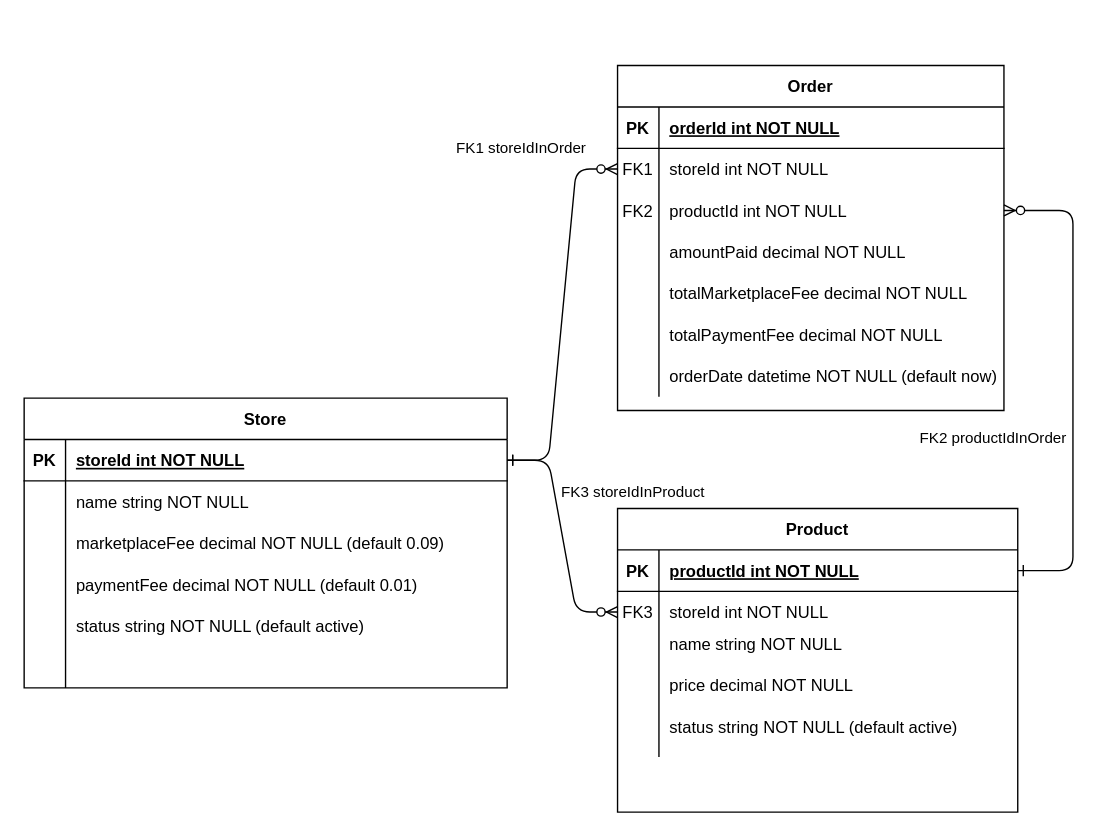
cassioscofield/simple-marketplace keeps this draw.io diagram as docs/er-diagram.drawio. Above is the earlier version. Source tidied: cells renumbered, new cells numbered last; positions are measured from the earlier drawing's top-left corner, leaving out a move shared by most shapes. Both pictures are drawn from the tidied source at 138%, with x=0, y=0 at pixel (23, 65).
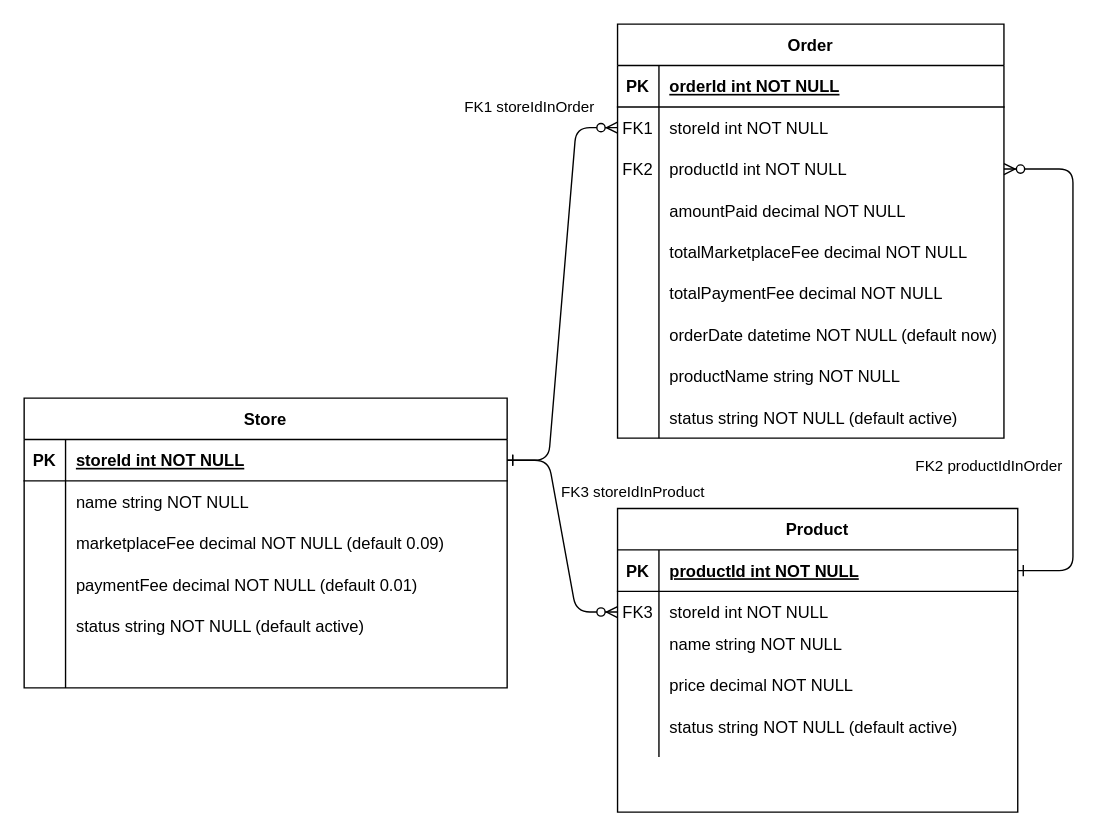
The same page after the edit.

The change refers to these unchanged cells:
```xml
<mxCell id="2" style="edgeStyle=entityRelationEdgeStyle;endArrow=ERzeroToMany;startArrow=ERone;endFill=1;startFill=0;" parent="1" edge="1" source="9" target="47">
  <mxGeometry relative="1" as="geometry" />
</mxCell>
<mxCell id="28" style="shape=partialRectangle;fillColor=none;points=[[0,0.5],[1,0.5]];portConstraint=eastwest;top=0;left=0;right=0;bottom=1;" parent="27" vertex="1">
  <mxGeometry y="30" width="290" height="30" as="geometry" />
</mxCell>
<mxCell id="50" style="shape=partialRectangle;fillColor=none;points=[[0,0.5],[1,0.5]];portConstraint=eastwest;top=0;left=0;right=0;bottom=0;" parent="43" vertex="1">
  <mxGeometry y="90" width="280" height="30" as="geometry" />
</mxCell>
```

Diff of the diagram source:
```diff
@@
     <mxCell id="3" value="FK1 storeIdInOrder" style="edgeLabel;html=1;align=center;verticalAlign=middle;" parent="2" vertex="1">
       <mxGeometry x="-0.04" relative="1" as="geometry">
-        <mxPoint x="-30.5" y="-125.5" as="offset" />
+        <mxPoint x="-24.5" y="-141.4" as="offset" />
       </mxGeometry>
     </mxCell>
@@
     <mxCell id="6" style="endArrow=ERzeroToMany;startArrow=ERone;endFill=1;startFill=0;exitX=1;exitY=0.5;exitDx=0;exitDy=0;entryX=1;entryY=0.5;entryDx=0;entryDy=0;edgeStyle=orthogonalEdgeStyle;" parent="1" edge="1" source="28" target="50">
       <mxGeometry relative="1" as="geometry">
         <Array as="points">
           <mxPoint x="760" y="366" />
-          <mxPoint x="760" y="105" />
+          <mxPoint x="760" y="75" />
         </Array>
       </mxGeometry>
     </mxCell>
     <mxCell id="7" value="FK2 productIdInOrder" style="edgeLabel;html=1;align=center;verticalAlign=middle;" parent="6" vertex="1">
       <mxGeometry x="-0.23" y="-1" relative="1" as="geometry">
-        <mxPoint x="-60" y="-2" as="offset" />
+        <mxPoint x="-63" y="30" as="offset" />
       </mxGeometry>
     </mxCell>
@@
     <mxCell id="43" value="Order" style="shape=table;startSize=30;childLayout=tableLayout;rowLines=0;fontStyle=1;align=center;" parent="1" vertex="1">
-      <mxGeometry x="430" width="280" height="250" as="geometry" />
+      <mxGeometry x="430" y="-30" width="280" height="300" as="geometry" />
     </mxCell>
@@
+    <mxCell id="65" style="shape=partialRectangle;fillColor=none;top=0;left=0;right=0;bottom=0;" parent="43" vertex="1">
+      <mxGeometry y="240" width="280" height="30" as="geometry" />
+    </mxCell>
+    <mxCell id="66" style="shape=partialRectangle;overflow=hidden;fillColor=none;top=0;left=0;bottom=0;right=0;" parent="65" vertex="1">
+      <mxGeometry width="30" height="30" as="geometry" />
+    </mxCell>
+    <mxCell id="67" value="productName string NOT NULL" style="shape=partialRectangle;overflow=hidden;fillColor=none;top=0;left=0;bottom=0;right=0;align=left;spacingLeft=6;" parent="65" vertex="1">
+      <mxGeometry x="30" width="250" height="30" as="geometry" />
+    </mxCell>
+    <mxCell id="68" style="shape=partialRectangle;fillColor=none;top=0;left=0;right=0;bottom=0;" parent="43" vertex="1">
+      <mxGeometry y="270" width="280" height="30" as="geometry" />
+    </mxCell>
+    <mxCell id="69" style="shape=partialRectangle;overflow=hidden;fillColor=none;top=0;left=0;bottom=0;right=0;" parent="68" vertex="1">
+      <mxGeometry width="30" height="30" as="geometry" />
+    </mxCell>
+    <mxCell id="70" value="status string NOT NULL (default active)" style="shape=partialRectangle;overflow=hidden;fillColor=none;top=0;left=0;bottom=0;right=0;align=left;spacingLeft=6;" parent="68" vertex="1">
+      <mxGeometry x="30" width="250" height="30" as="geometry" />
+    </mxCell>
```
